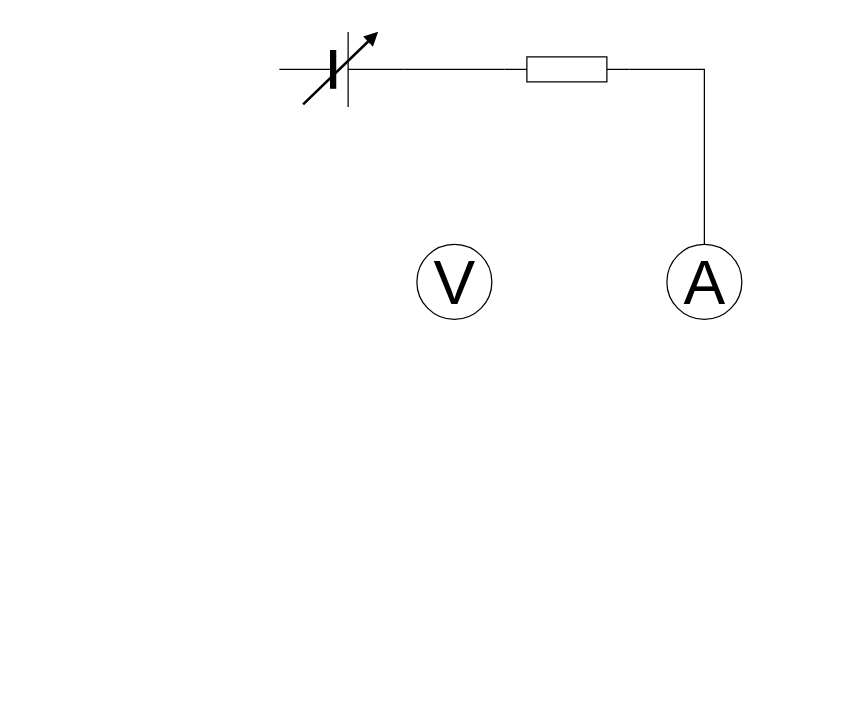
Above: chdt.drawio in mt-perform/schematics (draw.io), before the change. Source tidied: cells renumbered, new cells numbered last; positions are measured from the earlier drawing's top-left corner, leaving out a move shared by most shapes. Both pictures are drawn from the tidied source at 125%, with x=0, y=0 at pixel (279, 31).
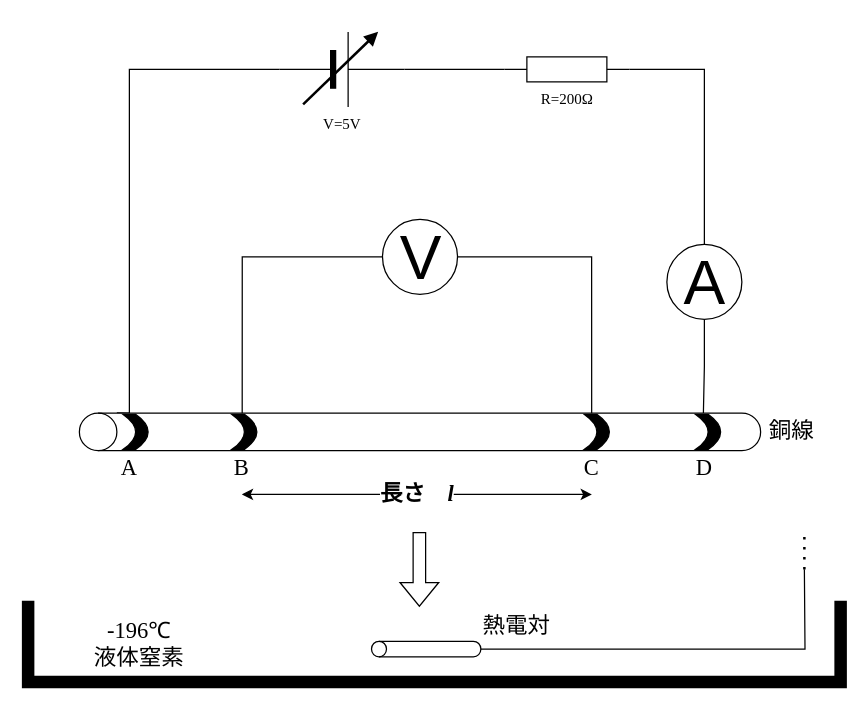
Above is the later version.

Commit message (it also covers changes not shown here):
chdt.drawio を更新します

Unchanged cells that the change refers to:
```xml
<mxCell id="2" value="A" style="verticalLabelPosition=middle;shadow=0;dashed=0;align=center;html=1;verticalAlign=middle;strokeWidth=1;shape=ellipse;fontSize=50;" parent="1" vertex="1">
  <mxGeometry x="310" y="170" width="60" height="60" as="geometry" />
</mxCell>
```

What changed in the source:
```diff
@@
+    <mxCell id="9" style="edgeStyle=orthogonalEdgeStyle;rounded=0;jettySize=auto;html=1;entryX=1.004;entryY=0.916;entryDx=0;entryDy=0;entryPerimeter=0;endArrow=none;endFill=0;" parent="1" edge="1" source="2" target="13">
+      <mxGeometry relative="1" as="geometry" />
+    </mxCell>
@@
+    <mxCell id="10" style="edgeStyle=orthogonalEdgeStyle;rounded=0;jettySize=auto;html=1;endArrow=none;endFill=0;entryX=0.833;entryY=0.239;entryDx=0;entryDy=0;entryPerimeter=0;" parent="1" edge="1" source="3" target="13">
+      <mxGeometry relative="1" as="geometry">
+        <Array as="points">
+          <mxPoint x="-30" y="180" />
+        </Array>
+      </mxGeometry>
+    </mxCell>
+    <mxCell id="11" style="edgeStyle=orthogonalEdgeStyle;rounded=0;jettySize=auto;html=1;entryX=0.833;entryY=0.752;entryDx=0;entryDy=0;entryPerimeter=0;endArrow=none;endFill=0;" parent="1" edge="1" source="3" target="13">
+      <mxGeometry relative="1" as="geometry">
+        <Array as="points">
+          <mxPoint x="250" y="180" />
+        </Array>
+      </mxGeometry>
+    </mxCell>
     <mxCell id="3" value="V" style="verticalLabelPosition=middle;shadow=0;dashed=0;align=center;html=1;verticalAlign=middle;strokeWidth=1;shape=ellipse;fontSize=50;" parent="1" vertex="1">
-      <mxGeometry x="110" y="170" width="60" height="60" as="geometry" />
+      <mxGeometry x="82.5" y="150" width="60" height="60" as="geometry" />
     </mxCell>
@@
-    <mxCell id="5" style="verticalLabelPosition=bottom;shadow=0;dashed=0;align=center;html=1;verticalAlign=top;shape=mxgraph.electrical.resistors.resistor_1;" parent="1" vertex="1">
+    <mxCell id="5" value="&lt;font face=&quot;Times New Roman&quot;&gt;R=200Ω&lt;/font&gt;" style="verticalLabelPosition=bottom;shadow=0;dashed=0;align=center;html=1;verticalAlign=top;shape=mxgraph.electrical.resistors.resistor_1;" parent="1" vertex="1">
       <mxGeometry x="180" y="20" width="100" height="20" as="geometry" />
     </mxCell>
@@
+    <mxCell id="12" style="edgeStyle=orthogonalEdgeStyle;rounded=0;jettySize=auto;html=1;exitX=0;exitY=0.5;exitDx=0;exitDy=0;exitPerimeter=0;endArrow=none;endFill=0;entryX=1.004;entryY=0.055;entryDx=0;entryDy=0;entryPerimeter=0;" parent="1" edge="1" source="7" target="13">
+      <mxGeometry relative="1" as="geometry">
+        <Array as="points">
+          <mxPoint x="-120" y="30" />
+          <mxPoint x="-120" y="305" />
+        </Array>
+      </mxGeometry>
+    </mxCell>
-    <mxCell id="7" style="verticalLabelPosition=bottom;shadow=0;dashed=0;align=center;fillColor=#000000;html=1;verticalAlign=top;strokeWidth=1;shape=mxgraph.electrical.miscellaneous.monocell_battery;" parent="1" vertex="1">
+    <mxCell id="7" value="&lt;font face=&quot;Times New Roman&quot;&gt;V=5V&lt;/font&gt;" style="verticalLabelPosition=bottom;shadow=0;dashed=0;align=center;fillColor=#000000;html=1;verticalAlign=top;strokeWidth=1;shape=mxgraph.electrical.miscellaneous.monocell_battery;" parent="1" vertex="1">
       <mxGeometry width="100" height="60" as="geometry" />
     </mxCell>
@@
+    <mxCell id="13" style="shape=cylinder3;whiteSpace=wrap;html=1;boundedLbl=1;backgroundOutline=1;size=15;rotation=-90;" parent="1" vertex="1">
+      <mxGeometry x="97.5" y="47.5" width="30" height="545" as="geometry" />
+    </mxCell>
+    <mxCell id="14" value="&lt;b style=&quot;font-size: 18px&quot;&gt;&lt;font style=&quot;font-size: 18px&quot; face=&quot;Times New Roman&quot;&gt;長&lt;font style=&quot;font-size: 18px&quot;&gt;さ&lt;/font&gt;　&lt;i&gt;l&lt;/i&gt;&lt;br&gt;&lt;/font&gt;&lt;/b&gt;" style="endArrow=classic;startArrow=classic;html=1;rounded=0;" parent="1" edge="1">
+      <mxGeometry relative="1" as="geometry">
+        <mxPoint x="-30" y="370" as="sourcePoint" />
+        <mxPoint x="250" y="370" as="targetPoint" />
+      </mxGeometry>
+    </mxCell>
+    <mxCell id="15" style="shape=dataStorage;whiteSpace=wrap;html=1;fixedSize=1;fontFamily=Times New Roman;fontSize=18;fillColor=#000000;rotation=-180;size=10;" parent="1" vertex="1">
+      <mxGeometry x="-125" y="306" width="20" height="28" as="geometry" />
+    </mxCell>
+    <mxCell id="16" style="shape=dataStorage;whiteSpace=wrap;html=1;fixedSize=1;fontFamily=Times New Roman;fontSize=18;fillColor=#000000;rotation=-180;size=10;" parent="1" vertex="1">
+      <mxGeometry x="-38" y="306" width="20" height="28" as="geometry" />
+    </mxCell>
+    <mxCell id="17" style="shape=dataStorage;whiteSpace=wrap;html=1;fixedSize=1;fontFamily=Times New Roman;fontSize=18;fillColor=#000000;rotation=-180;size=10;" parent="1" vertex="1">
+      <mxGeometry x="244" y="306" width="20" height="28" as="geometry" />
+    </mxCell>
+    <mxCell id="18" style="shape=dataStorage;whiteSpace=wrap;html=1;fixedSize=1;fontFamily=Times New Roman;fontSize=18;fillColor=#000000;rotation=-180;size=10;" parent="1" vertex="1">
+      <mxGeometry x="333" y="306" width="20" height="28" as="geometry" />
+    </mxCell>
+    <mxCell id="19" value="A" style="text;html=1;strokeColor=none;fillColor=none;align=center;verticalAlign=middle;whiteSpace=wrap;rounded=0;fontFamily=Times New Roman;fontSize=18;" parent="1" vertex="1">
+      <mxGeometry x="-150" y="334" width="60" height="30" as="geometry" />
+    </mxCell>
+    <mxCell id="20" value="&lt;div&gt;B&lt;/div&gt;" style="text;html=1;strokeColor=none;fillColor=none;align=center;verticalAlign=middle;whiteSpace=wrap;rounded=0;fontFamily=Times New Roman;fontSize=18;" parent="1" vertex="1">
+      <mxGeometry x="-60" y="334" width="60" height="30" as="geometry" />
+    </mxCell>
+    <mxCell id="21" value="C" style="text;html=1;strokeColor=none;fillColor=none;align=center;verticalAlign=middle;whiteSpace=wrap;rounded=0;fontFamily=Times New Roman;fontSize=18;" parent="1" vertex="1">
+      <mxGeometry x="220" y="334" width="60" height="30" as="geometry" />
+    </mxCell>
+    <mxCell id="22" value="D" style="text;html=1;strokeColor=none;fillColor=none;align=center;verticalAlign=middle;whiteSpace=wrap;rounded=0;fontFamily=Times New Roman;fontSize=18;" parent="1" vertex="1">
+      <mxGeometry x="310" y="334" width="60" height="30" as="geometry" />
+    </mxCell>
+    <mxCell id="23" value="銅線" style="text;html=1;strokeColor=none;fillColor=none;align=center;verticalAlign=middle;whiteSpace=wrap;rounded=0;fontFamily=Times New Roman;fontSize=18;" parent="1" vertex="1">
+      <mxGeometry x="380" y="304" width="60" height="30" as="geometry" />
+    </mxCell>
+    <mxCell id="24" style="shape=partialRectangle;whiteSpace=wrap;html=1;bottom=1;right=1;left=1;top=0;fillColor=none;routingCenterX=-0.5;fontFamily=Times New Roman;fontSize=18;strokeWidth=10;" parent="1" vertex="1">
+      <mxGeometry x="-201" y="460" width="650" height="60" as="geometry" />
+    </mxCell>
+    <mxCell id="25" style="shape=flexArrow;endArrow=classic;html=1;rounded=0;fontFamily=Times New Roman;fontSize=18;" parent="1" edge="1">
+      <mxGeometry relative="1" as="geometry">
+        <mxPoint x="112" y="400" as="sourcePoint" />
+        <mxPoint x="112" y="460" as="targetPoint" />
+      </mxGeometry>
+    </mxCell>
+    <mxCell id="26" style="edgeStyle=orthogonalEdgeStyle;rounded=0;jettySize=auto;html=1;fontFamily=Times New Roman;fontSize=18;endArrow=none;endFill=0;" parent="1" edge="1" source="27">
+      <mxGeometry relative="1" as="geometry">
+        <mxPoint x="420" y="430" as="targetPoint" />
+      </mxGeometry>
+    </mxCell>
+    <mxCell id="27" style="shape=cylinder3;whiteSpace=wrap;html=1;boundedLbl=1;backgroundOutline=1;size=6;fontFamily=Times New Roman;fontSize=18;strokeWidth=1;fillColor=none;rotation=-90;" parent="1" vertex="1">
+      <mxGeometry x="111.2" y="450" width="12.5" height="87.5" as="geometry" />
+    </mxCell>
+    <mxCell id="28" style="endArrow=none;dashed=1;html=1;dashPattern=1 3;strokeWidth=2;rounded=0;fontFamily=Times New Roman;fontSize=18;" parent="1" edge="1">
+      <mxGeometry relative="1" as="geometry">
+        <mxPoint x="420" y="430" as="sourcePoint" />
+        <mxPoint x="420" y="400" as="targetPoint" />
+      </mxGeometry>
+    </mxCell>
+    <mxCell id="29" value="熱電対" style="text;html=1;strokeColor=none;fillColor=none;align=center;verticalAlign=middle;whiteSpace=wrap;rounded=0;fontFamily=Times New Roman;fontSize=18;" parent="1" vertex="1">
+      <mxGeometry x="160" y="460" width="60" height="30" as="geometry" />
+    </mxCell>
+    <mxCell id="30" value="&lt;div&gt;-196℃&lt;/div&gt;&lt;div&gt;液体窒素&lt;br&gt;&lt;/div&gt;" style="text;html=1;strokeColor=none;fillColor=none;align=center;verticalAlign=middle;whiteSpace=wrap;rounded=0;fontFamily=Times New Roman;fontSize=18;" parent="1" vertex="1">
+      <mxGeometry x="-186" y="475" width="148" height="30" as="geometry" />
+    </mxCell>
```
